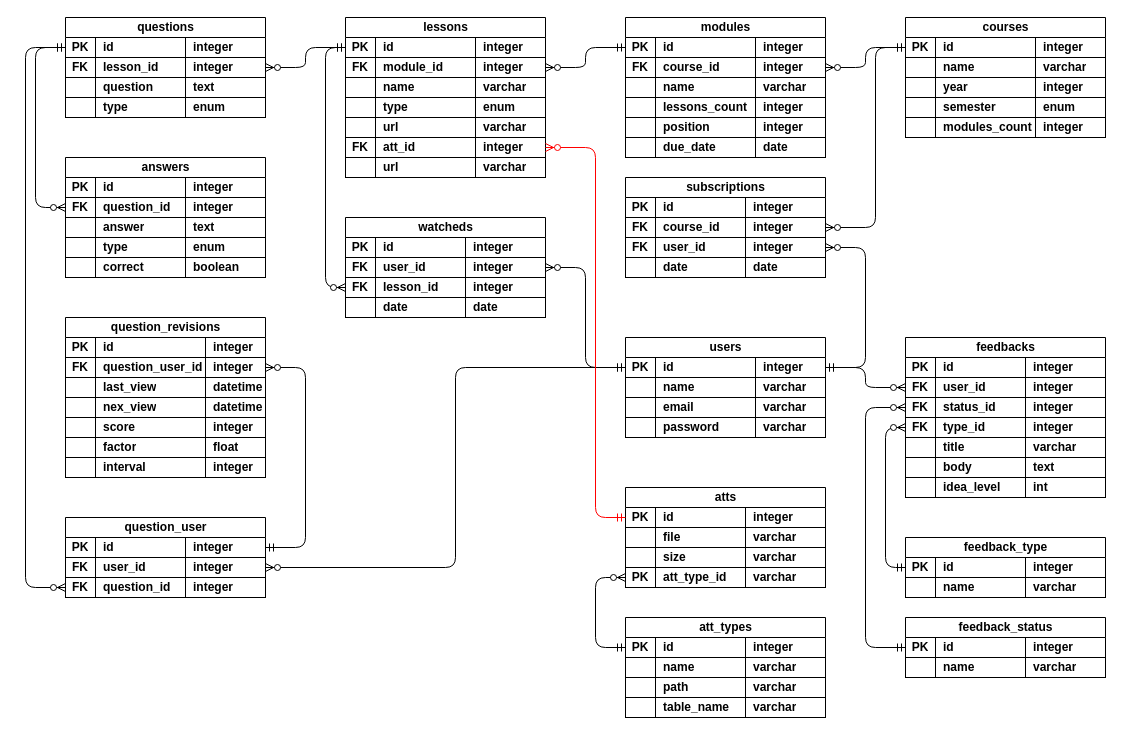
The draw.io diagram database/der.drawio in fernando-fix/ankivesp, before the edit. Source tidied: cells renumbered, new cells numbered last; positions are measured from the earlier drawing's top-left corner, leaving out a move shared by most shapes. Both pictures are drawn from the tidied source at 100%, with x=0, y=0 at pixel (25, 17).
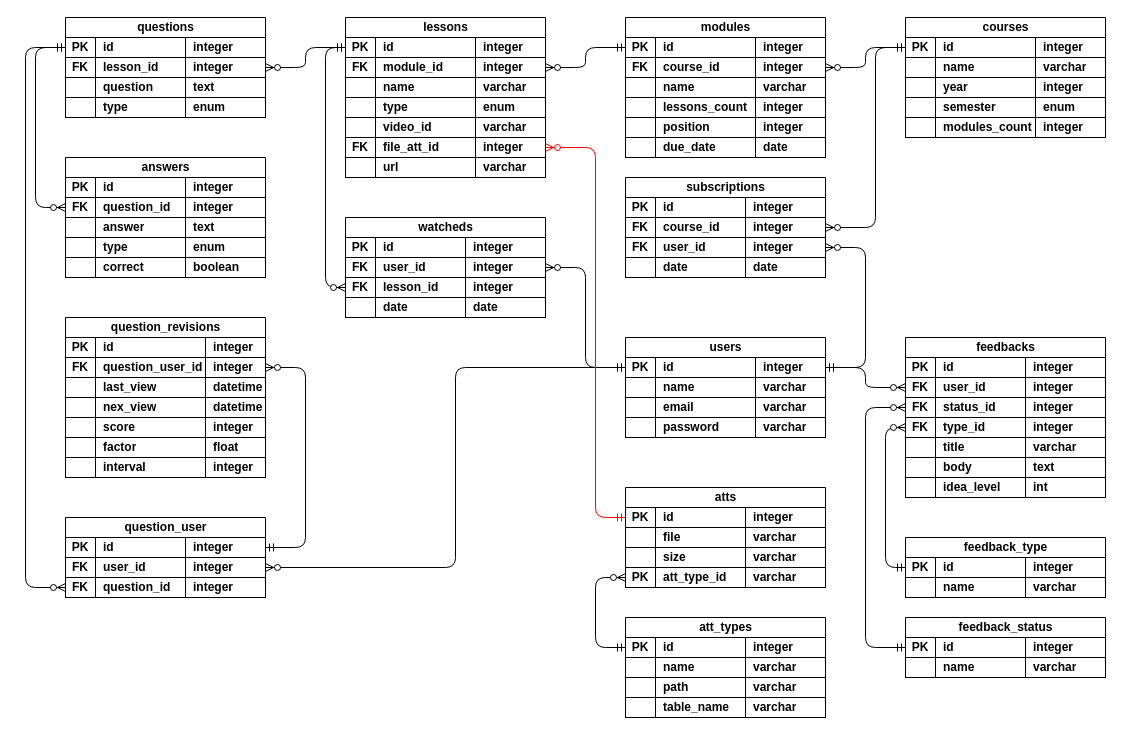
The same diagram, later.

Unchanged cells that the change refers to:
```xml
<mxCell id="36" style="shape=tableRow;horizontal=0;startSize=0;swimlaneHead=0;swimlaneBody=0;fillColor=none;top=0;left=0;right=0;bottom=1;" parent="19" vertex="1">
  <mxGeometry y="100" width="200" height="20" as="geometry" />
</mxCell>
<mxCell id="40" style="shape=tableRow;horizontal=0;startSize=0;swimlaneHead=0;swimlaneBody=0;fillColor=none;points=[[0,0.5],[1,0.5]];portConstraint=eastwest;top=0;left=0;right=0;bottom=1;" parent="19" vertex="1">
  <mxGeometry y="120" width="200" height="20" as="geometry" />
</mxCell>
```

Diff of the diagram source:
```diff
@@
-    <mxCell id="38" value="url" style="shape=partialRectangle;fillColor=none;top=0;left=0;bottom=0;right=0;align=left;spacingLeft=6;fontStyle=1;overflow=hidden;whiteSpace=wrap;html=1;" parent="36" vertex="1">
+    <mxCell id="38" value="video_id" style="shape=partialRectangle;fillColor=none;top=0;left=0;bottom=0;right=0;align=left;spacingLeft=6;fontStyle=1;overflow=hidden;whiteSpace=wrap;html=1;" parent="36" vertex="1">
       <mxGeometry x="30" width="100" height="20" as="geometry" />
     </mxCell>
@@
-    <mxCell id="42" value="att_id" style="shape=partialRectangle;fillColor=none;top=0;left=0;bottom=0;right=0;align=left;spacingLeft=6;fontStyle=1;overflow=hidden;whiteSpace=wrap;html=1;" parent="40" vertex="1">
+    <mxCell id="42" value="file_att_id" style="shape=partialRectangle;fillColor=none;top=0;left=0;bottom=0;right=0;align=left;spacingLeft=6;fontStyle=1;overflow=hidden;whiteSpace=wrap;html=1;" parent="40" vertex="1">
       <mxGeometry x="30" width="100" height="20" as="geometry" />
     </mxCell>
```
